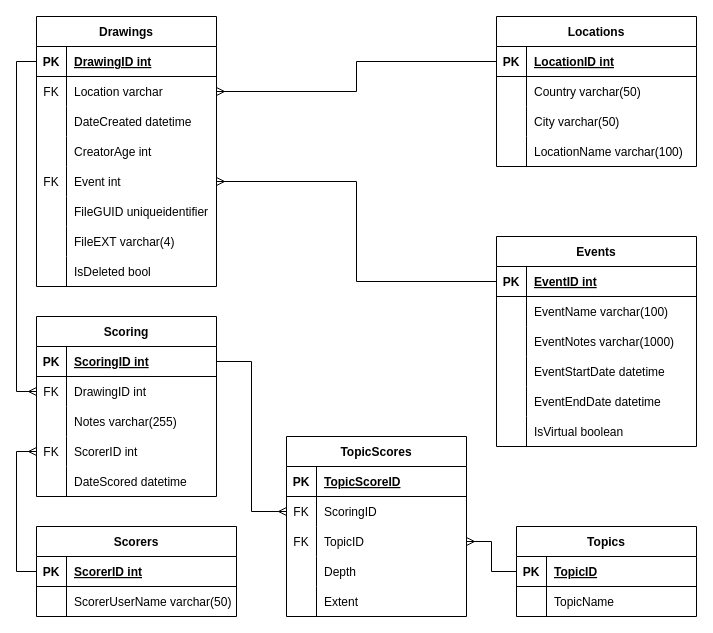
Before: Project Docs/Diagrams/Entity Relationship Diagram/NMA ERD.drawio in jgalminas/nma, a draw.io diagram. Source tidied: cells renumbered, new cells numbered last; positions are measured from the earlier drawing's top-left corner, leaving out a move shared by most shapes. Both pictures are drawn from the tidied source at 100%, with x=0, y=0 at pixel (36, 16).
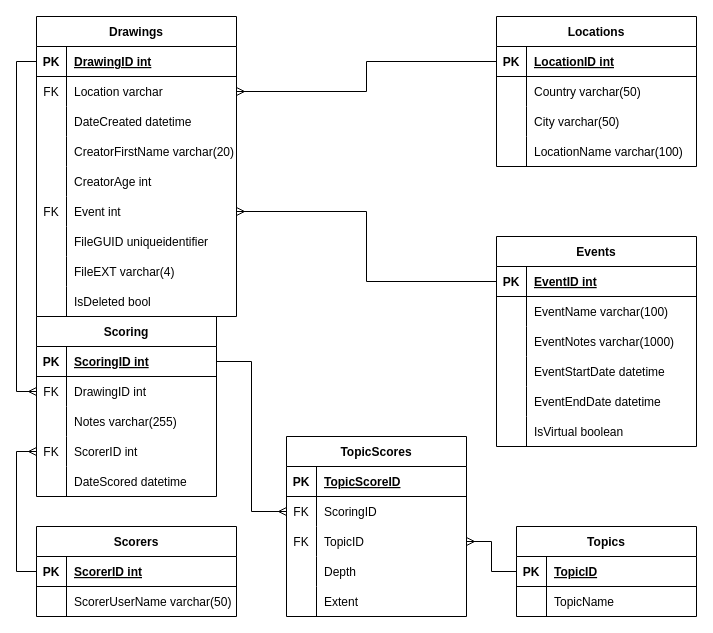
Above is the later version.

Diff of the diagram source:
```diff
@@
     <mxCell id="2" value="Drawings" style="shape=table;startSize=30;childLayout=tableLayout;rowLines=0;fontStyle=1;align=center;" parent="1" vertex="1">
-      <mxGeometry width="180" height="270" as="geometry" />
+      <mxGeometry width="200" height="300" as="geometry" />
     </mxCell>
     <mxCell id="3" style="shape=tableRow;horizontal=0;startSize=0;swimlaneHead=0;swimlaneBody=0;fillColor=none;points=[[0,0.5],[1,0.5]];portConstraint=eastwest;top=0;left=0;right=0;bottom=1;" parent="2" vertex="1">
-      <mxGeometry y="30" width="180" height="30" as="geometry" />
+      <mxGeometry y="30" width="200" height="30" as="geometry" />
     </mxCell>
@@
     <mxCell id="5" value="DrawingID int" style="shape=partialRectangle;fillColor=none;top=0;left=0;bottom=0;right=0;align=left;spacingLeft=6;fontStyle=5;overflow=hidden;" parent="3" vertex="1">
-      <mxGeometry x="30" width="150" height="30" as="geometry" />
+      <mxGeometry x="30" width="170" height="30" as="geometry" />
     </mxCell>
     <mxCell id="6" style="shape=tableRow;horizontal=0;startSize=0;swimlaneHead=0;swimlaneBody=0;fillColor=none;points=[[0,0.5],[1,0.5]];portConstraint=eastwest;top=0;left=0;right=0;bottom=0;" parent="2" vertex="1">
-      <mxGeometry y="60" width="180" height="30" as="geometry" />
+      <mxGeometry y="60" width="200" height="30" as="geometry" />
     </mxCell>
@@
     <mxCell id="8" value="Location varchar" style="shape=partialRectangle;fillColor=none;top=0;left=0;bottom=0;right=0;align=left;spacingLeft=6;overflow=hidden;" parent="6" vertex="1">
-      <mxGeometry x="30" width="150" height="30" as="geometry" />
+      <mxGeometry x="30" width="170" height="30" as="geometry" />
     </mxCell>
     <mxCell id="9" style="shape=tableRow;horizontal=0;startSize=0;swimlaneHead=0;swimlaneBody=0;fillColor=none;top=0;left=0;right=0;bottom=0;" parent="2" vertex="1">
-      <mxGeometry y="90" width="180" height="30" as="geometry" />
+      <mxGeometry y="90" width="200" height="30" as="geometry" />
     </mxCell>
@@
     <mxCell id="11" value="DateCreated datetime" style="shape=partialRectangle;fillColor=none;top=0;left=0;bottom=0;right=0;align=left;spacingLeft=6;overflow=hidden;" parent="9" vertex="1">
-      <mxGeometry x="30" width="150" height="30" as="geometry" />
+      <mxGeometry x="30" width="170" height="30" as="geometry" />
     </mxCell>
+    <mxCell id="111" style="shape=tableRow;horizontal=0;startSize=0;swimlaneHead=0;swimlaneBody=0;fillColor=none;top=0;left=0;right=0;bottom=0;" parent="2" vertex="1">
+      <mxGeometry y="120" width="200" height="30" as="geometry" />
+    </mxCell>
+    <mxCell id="112" style="shape=partialRectangle;fillColor=none;top=0;left=0;bottom=0;right=0;overflow=hidden;" parent="111" vertex="1">
+      <mxGeometry width="30" height="30" as="geometry" />
+    </mxCell>
+    <mxCell id="113" value="CreatorFirstName varchar(20)" style="shape=partialRectangle;fillColor=none;top=0;left=0;bottom=0;right=0;align=left;spacingLeft=6;overflow=hidden;" parent="111" vertex="1">
+      <mxGeometry x="30" width="170" height="30" as="geometry" />
+    </mxCell>
     <mxCell id="12" style="shape=tableRow;horizontal=0;startSize=0;swimlaneHead=0;swimlaneBody=0;fillColor=none;top=0;left=0;right=0;bottom=0;" parent="2" vertex="1">
-      <mxGeometry y="120" width="180" height="30" as="geometry" />
+      <mxGeometry y="150" width="200" height="30" as="geometry" />
     </mxCell>
@@
     <mxCell id="14" value="CreatorAge int" style="shape=partialRectangle;fillColor=none;top=0;left=0;bottom=0;right=0;align=left;spacingLeft=6;overflow=hidden;" parent="12" vertex="1">
-      <mxGeometry x="30" width="150" height="30" as="geometry" />
+      <mxGeometry x="30" width="170" height="30" as="geometry" />
     </mxCell>
     <mxCell id="15" style="shape=tableRow;horizontal=0;startSize=0;swimlaneHead=0;swimlaneBody=0;fillColor=none;points=[[0,0.5],[1,0.5]];portConstraint=eastwest;top=0;left=0;right=0;bottom=0;" parent="2" vertex="1">
-      <mxGeometry y="150" width="180" height="30" as="geometry" />
+      <mxGeometry y="180" width="200" height="30" as="geometry" />
     </mxCell>
@@
     <mxCell id="17" value="Event int" style="shape=partialRectangle;fillColor=none;top=0;left=0;bottom=0;right=0;align=left;spacingLeft=6;overflow=hidden;" parent="15" vertex="1">
-      <mxGeometry x="30" width="150" height="30" as="geometry" />
+      <mxGeometry x="30" width="170" height="30" as="geometry" />
     </mxCell>
     <mxCell id="18" style="shape=tableRow;horizontal=0;startSize=0;swimlaneHead=0;swimlaneBody=0;fillColor=none;top=0;left=0;right=0;bottom=0;" parent="2" vertex="1">
-      <mxGeometry y="180" width="180" height="30" as="geometry" />
+      <mxGeometry y="210" width="200" height="30" as="geometry" />
     </mxCell>
@@
     <mxCell id="20" value="FileGUID uniqueidentifier" style="shape=partialRectangle;fillColor=none;top=0;left=0;bottom=0;right=0;align=left;spacingLeft=6;overflow=hidden;" parent="18" vertex="1">
-      <mxGeometry x="30" width="150" height="30" as="geometry" />
+      <mxGeometry x="30" width="170" height="30" as="geometry" />
     </mxCell>
     <mxCell id="21" style="shape=tableRow;horizontal=0;startSize=0;swimlaneHead=0;swimlaneBody=0;fillColor=none;top=0;left=0;right=0;bottom=0;" parent="2" vertex="1">
-      <mxGeometry y="210" width="180" height="30" as="geometry" />
+      <mxGeometry y="240" width="200" height="30" as="geometry" />
     </mxCell>
@@
     <mxCell id="23" value="FileEXT varchar(4)" style="shape=partialRectangle;fillColor=none;top=0;left=0;bottom=0;right=0;align=left;spacingLeft=6;overflow=hidden;" parent="21" vertex="1">
-      <mxGeometry x="30" width="150" height="30" as="geometry" />
+      <mxGeometry x="30" width="170" height="30" as="geometry" />
     </mxCell>
     <mxCell id="24" style="shape=tableRow;horizontal=0;startSize=0;swimlaneHead=0;swimlaneBody=0;fillColor=none;top=0;left=0;right=0;bottom=0;" parent="2" vertex="1">
-      <mxGeometry y="240" width="180" height="30" as="geometry" />
+      <mxGeometry y="270" width="200" height="30" as="geometry" />
     </mxCell>
@@
     <mxCell id="26" value="IsDeleted bool" style="shape=partialRectangle;fillColor=none;top=0;left=0;bottom=0;right=0;align=left;spacingLeft=6;overflow=hidden;" parent="24" vertex="1">
-      <mxGeometry x="30" width="150" height="30" as="geometry" />
+      <mxGeometry x="30" width="170" height="30" as="geometry" />
     </mxCell>
```
